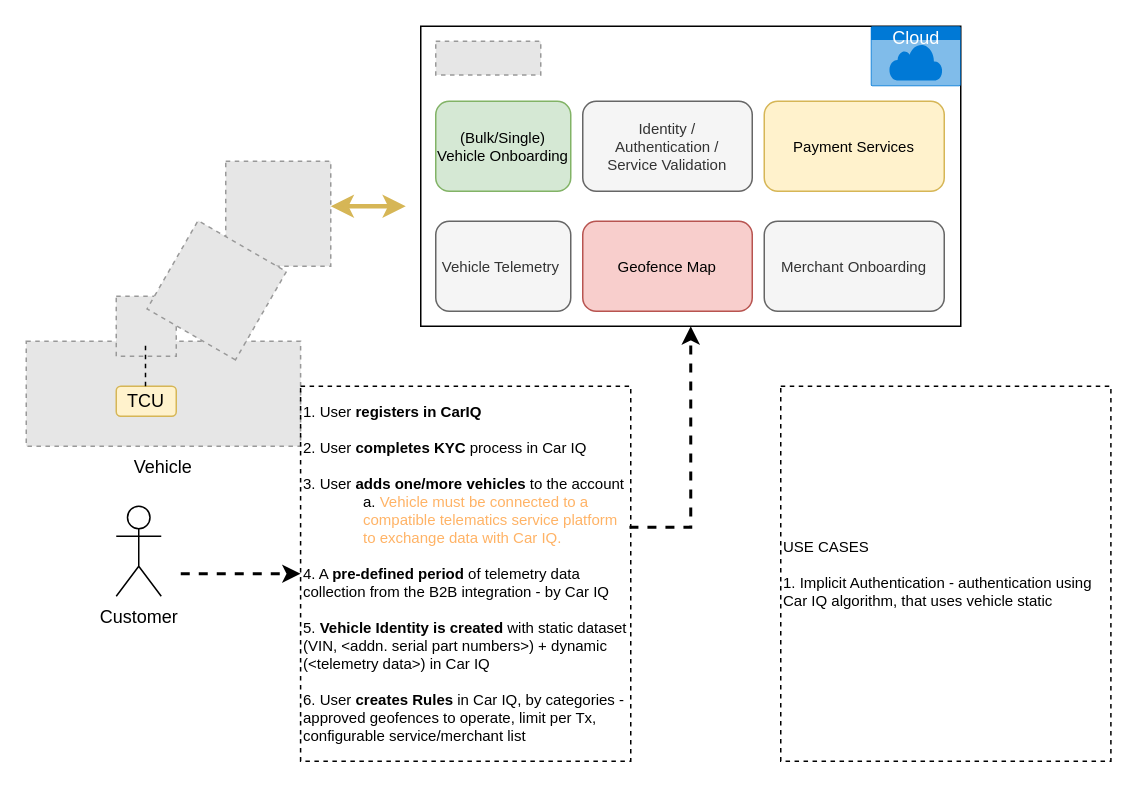
subhachat/CodeKata keeps this draw.io diagram as src/main/resources/Untitled Diagram.drawio. Above is the earlier version. Source tidied: cells renumbered, new cells numbered last; positions are measured from the earlier drawing's top-left corner, leaving out a move shared by most shapes. Both pictures are drawn from the tidied source at 150%, with x=0, y=0 at pixel (26, 26). Pictures stored in the file or linked from it are replaced by grey dashed boxes.
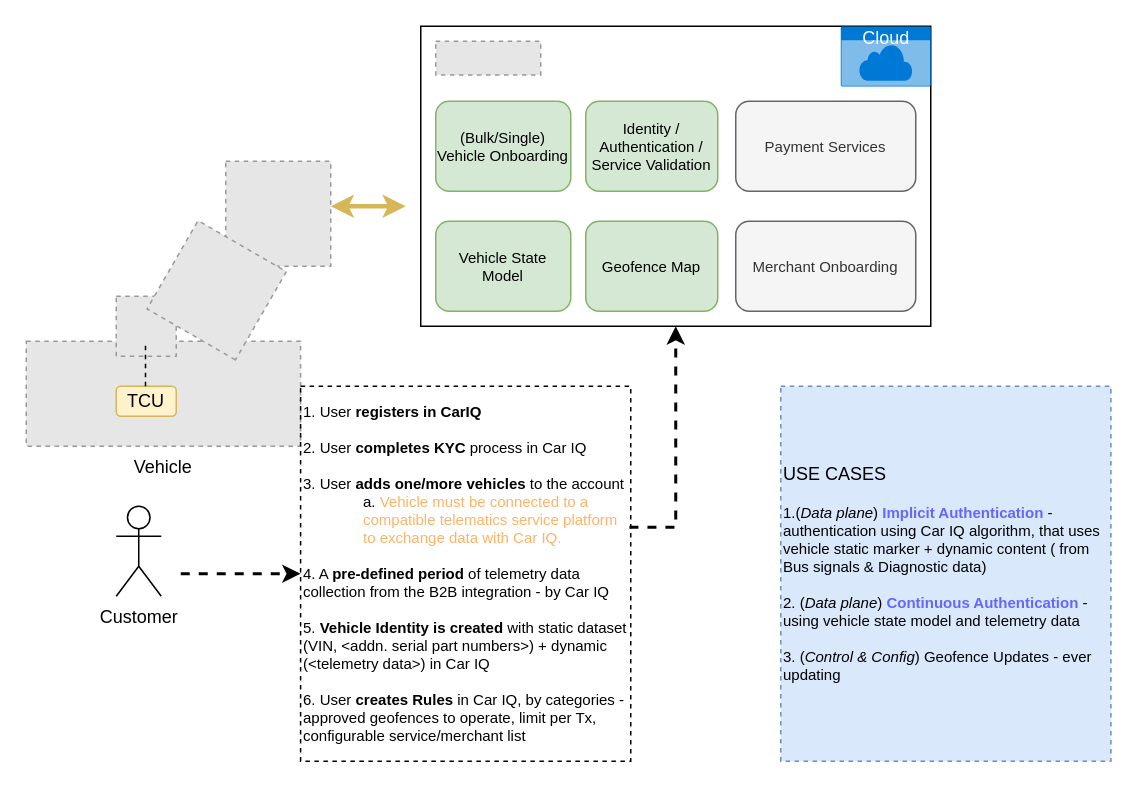
Above is the later version.

The edit, as a diff of the source:
```diff
@@
     <mxCell id="9" style="rounded=0;whiteSpace=wrap;html=1;" parent="1" vertex="1">
-      <mxGeometry x="263" width="360" height="200" as="geometry" />
+      <mxGeometry x="263" width="340" height="200" as="geometry" />
     </mxCell>
@@
-    <mxCell id="12" value="&lt;div&gt;Identity /&lt;/div&gt;&lt;div&gt;Authentication /&lt;/div&gt;&lt;div&gt;Service Validation&lt;/div&gt;" style="rounded=1;whiteSpace=wrap;html=1;fontSize=10;fillColor=#f5f5f5;strokeColor=#666666;fontColor=#333333;" parent="1" vertex="1">
-      <mxGeometry x="371" y="50" width="113" height="60" as="geometry" />
+    <mxCell id="12" value="&lt;div&gt;Identity /&lt;/div&gt;&lt;div&gt;Authentication /&lt;/div&gt;&lt;div&gt;Service Validation&lt;/div&gt;" style="rounded=1;whiteSpace=wrap;html=1;fontSize=10;fillColor=#d5e8d4;strokeColor=#82b366;" parent="1" vertex="1">
+      <mxGeometry x="373" y="50" width="88" height="60" as="geometry" />
     </mxCell>
-    <mxCell id="13" value="&lt;div&gt;Geofence Map&lt;/div&gt;" style="rounded=1;whiteSpace=wrap;html=1;fontSize=10;fillColor=#f8cecc;strokeColor=#b85450;" parent="1" vertex="1">
-      <mxGeometry x="371" y="130" width="113" height="60" as="geometry" />
+    <mxCell id="13" value="&lt;div&gt;Geofence Map&lt;/div&gt;" style="rounded=1;whiteSpace=wrap;html=1;fontSize=10;fillColor=#d5e8d4;strokeColor=#82b366;" parent="1" vertex="1">
+      <mxGeometry x="373" y="130" width="88" height="60" as="geometry" />
     </mxCell>
-    <mxCell id="14" value="&lt;div&gt;Payment Services&lt;/div&gt;" style="rounded=1;whiteSpace=wrap;html=1;fontSize=10;fillColor=#fff2cc;strokeColor=#d6b656;" parent="1" vertex="1">
-      <mxGeometry x="492" y="50" width="120" height="60" as="geometry" />
+    <mxCell id="14" value="&lt;div&gt;Payment Services&lt;/div&gt;" style="rounded=1;whiteSpace=wrap;html=1;fontSize=10;fillColor=#f5f5f5;strokeColor=#666666;fontColor=#333333;" parent="1" vertex="1">
+      <mxGeometry x="473" y="50" width="120" height="60" as="geometry" />
     </mxCell>
     <mxCell id="15" value="&lt;div&gt;Merchant Onboarding&lt;/div&gt;" style="rounded=1;whiteSpace=wrap;html=1;fontSize=10;fillColor=#f5f5f5;strokeColor=#666666;fontColor=#333333;" parent="1" vertex="1">
-      <mxGeometry x="492" y="130" width="120" height="60" as="geometry" />
+      <mxGeometry x="473" y="130" width="120" height="60" as="geometry" />
     </mxCell>
@@
-    <mxCell id="17" value="&lt;div&gt;Vehicle Telemetry&amp;nbsp;&lt;/div&gt;" style="rounded=1;whiteSpace=wrap;html=1;fontSize=10;fillColor=#f5f5f5;fontColor=#333333;strokeColor=#666666;" parent="1" vertex="1">
-      <mxGeometry x="273" y="130" width="90" height="60" as="geometry" />
-    </mxCell>
     <mxCell id="18" value="Cloud" style="html=1;strokeColor=none;fillColor=#0079D6;labelPosition=center;verticalLabelPosition=middle;verticalAlign=top;align=center;fontSize=12;spacingTop=-6;fontColor=#FFFFFF;sketch=0;shape=mxgraph.sitemap.cloud;" parent="1" vertex="1">
-      <mxGeometry x="563" width="60" height="40" as="geometry" />
+      <mxGeometry x="543" y="0.2" width="60" height="40" as="geometry" />
     </mxCell>
@@
-    <mxCell id="22" value="USE CASES&lt;br&gt;&lt;br&gt;1. Implicit Authentication - authentication using Car IQ algorithm, that uses vehicle static&amp;nbsp;" style="text;html=1;strokeColor=default;fillColor=none;align=left;verticalAlign=middle;whiteSpace=wrap;rounded=0;fontSize=10;dashed=1;" parent="1" vertex="1">
+    <mxCell id="22" value="&lt;font style=&quot;font-size: 12px&quot;&gt;USE CASES&lt;/font&gt;&lt;br&gt;&lt;br&gt;1.(&lt;i&gt;Data plane&lt;/i&gt;)&amp;nbsp;&lt;b&gt;&lt;font color=&quot;#6666ff&quot;&gt;Implicit Authentication&lt;/font&gt;&lt;/b&gt; - authentication using Car IQ algorithm, that uses vehicle static marker + dynamic content ( from Bus signals &amp;amp; Diagnostic data)&lt;br&gt;&lt;br&gt;2. (&lt;i&gt;Data plane&lt;/i&gt;)&amp;nbsp;&lt;font color=&quot;#6666ff&quot;&gt;&lt;b&gt;Continuous Authentication&lt;/b&gt;&lt;/font&gt; - using vehicle state model and telemetry data&lt;br&gt;&lt;br&gt;3. (&lt;i&gt;Control &amp;amp; Config&lt;/i&gt;) Geofence Updates - ever updating" style="text;html=1;strokeColor=#6c8ebf;fillColor=#dae8fc;align=left;verticalAlign=middle;whiteSpace=wrap;rounded=0;fontSize=10;dashed=1;" parent="1" vertex="1">
       <mxGeometry x="503" y="240" width="220.1" height="250" as="geometry" />
     </mxCell>
+    <mxCell id="23" value="&lt;div&gt;Vehicle State Model&lt;/div&gt;" style="rounded=1;whiteSpace=wrap;html=1;fontSize=10;fillColor=#d5e8d4;strokeColor=#82b366;" parent="1" vertex="1">
+      <mxGeometry x="273" y="130" width="90" height="60" as="geometry" />
+    </mxCell>
```
